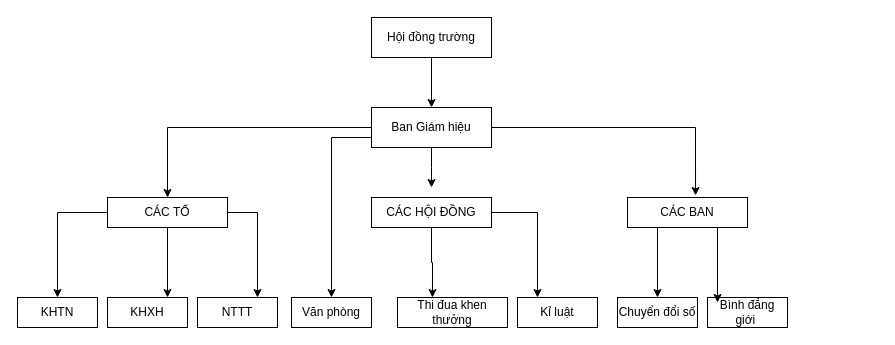
Before: so-do-to-chuc-bo-may.drawio in huyle84/diagrams, a draw.io diagram. Source tidied: cells renumbered, new cells numbered last; positions are measured from the earlier drawing's top-left corner, leaving out a move shared by most shapes. Both pictures are drawn from the tidied source at 100%, with x=0, y=0 at pixel (17, 17).
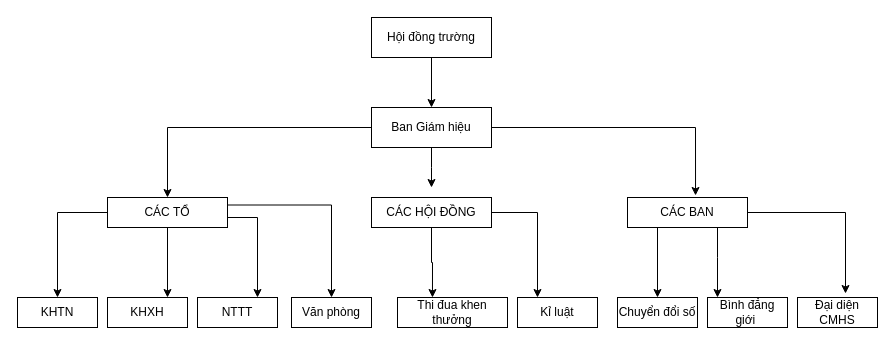
The same diagram, later.

The change refers to these unchanged cells:
```xml
<mxCell id="6" value="CÁC TỔ" style="rounded=0;whiteSpace=wrap;html=1;" parent="1" vertex="1">
  <mxGeometry x="90" y="180" width="120" height="30" as="geometry" />
</mxCell>
<mxCell id="12" value="Ban Giám hiệu" style="rounded=0;whiteSpace=wrap;html=1;" parent="1" vertex="1">
  <mxGeometry x="354" y="90" width="120" height="40" as="geometry" />
</mxCell>
<mxCell id="16" value="NTTT" style="rounded=0;whiteSpace=wrap;html=1;" parent="1" vertex="1">
  <mxGeometry x="180" y="280" width="80" height="30" as="geometry" />
</mxCell>
<mxCell id="17" value="Văn phòng" style="rounded=0;whiteSpace=wrap;html=1;" parent="1" vertex="1">
  <mxGeometry x="274" y="280" width="80" height="30" as="geometry" />
</mxCell>
<mxCell id="21" value="CÁC BAN" style="rounded=0;whiteSpace=wrap;html=1;" parent="1" vertex="1">
  <mxGeometry x="610" y="180" width="120" height="30" as="geometry" />
</mxCell>
<mxCell id="23" value="Bình đẳng giới&amp;nbsp;" style="rounded=0;whiteSpace=wrap;html=1;" parent="1" vertex="1">
  <mxGeometry x="690" y="280" width="80" height="30" as="geometry" />
</mxCell>
```

What changed in the source:
```diff
@@
     <mxCell id="4" style="edgeStyle=orthogonalEdgeStyle;rounded=0;jettySize=auto;html=1;exitX=1;exitY=0.5;exitDx=0;exitDy=0;entryX=0.75;entryY=0;entryDx=0;entryDy=0;" parent="1" edge="1" source="6" target="16">
-      <mxGeometry relative="1" as="geometry" />
+      <mxGeometry relative="1" as="geometry">
+        <Array as="points">
+          <mxPoint x="210" y="200" />
+          <mxPoint x="240" y="200" />
+        </Array>
+      </mxGeometry>
     </mxCell>
@@
+    <mxCell id="27" style="edgeStyle=orthogonalEdgeStyle;rounded=0;jettySize=auto;html=1;exitX=1;exitY=0.25;exitDx=0;exitDy=0;entryX=0.5;entryY=0;entryDx=0;entryDy=0;" parent="1" edge="1" source="6" target="17">
+      <mxGeometry relative="1" as="geometry" />
+    </mxCell>
@@
-    <mxCell id="11" style="edgeStyle=orthogonalEdgeStyle;rounded=0;jettySize=auto;html=1;exitX=0;exitY=0.75;exitDx=0;exitDy=0;" parent="1" edge="1" source="12" target="17">
-      <mxGeometry relative="1" as="geometry" />
-    </mxCell>
@@
-    <mxCell id="26" style="edgeStyle=orthogonalEdgeStyle;rounded=0;jettySize=auto;html=1;exitX=0.75;exitY=1;exitDx=0;exitDy=0;entryX=0.125;entryY=0.167;entryDx=0;entryDy=0;entryPerimeter=0;" parent="1" edge="1" source="21" target="23">
-      <mxGeometry relative="1" as="geometry" />
+    <mxCell id="26" style="edgeStyle=orthogonalEdgeStyle;rounded=0;jettySize=auto;html=1;exitX=0.75;exitY=1;exitDx=0;exitDy=0;" parent="1" edge="1" source="21">
+      <mxGeometry relative="1" as="geometry">
+        <mxPoint x="700" y="280" as="targetPoint" />
+        <Array as="points">
+          <mxPoint x="700" y="240" />
+          <mxPoint x="700" y="240" />
+        </Array>
+      </mxGeometry>
     </mxCell>
+    <mxCell id="28" value="Đại diện CMHS" style="rounded=0;whiteSpace=wrap;html=1;" parent="1" vertex="1">
+      <mxGeometry x="780" y="280" width="80" height="30" as="geometry" />
+    </mxCell>
+    <mxCell id="29" style="edgeStyle=orthogonalEdgeStyle;rounded=0;jettySize=auto;html=1;exitX=1;exitY=0.5;exitDx=0;exitDy=0;entryX=0.6;entryY=-0.133;entryDx=0;entryDy=0;entryPerimeter=0;" parent="1" edge="1" source="21" target="28">
+      <mxGeometry relative="1" as="geometry" />
+    </mxCell>
```
